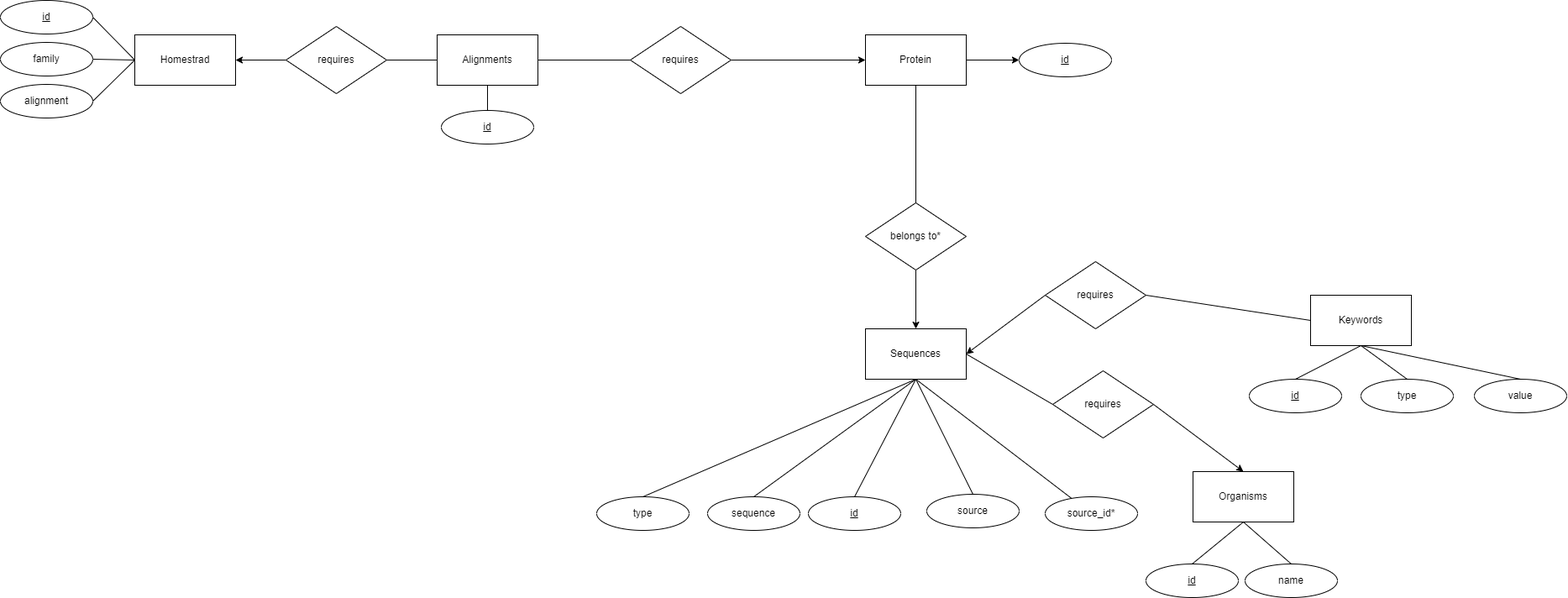
Above: schema.png in juliusstein77/propra_blockteil (draw.io), before the change. Source tidied: cells renumbered, new cells last; positions are measured from the earlier drawing's top-left corner, leaving out a move shared by most shapes.
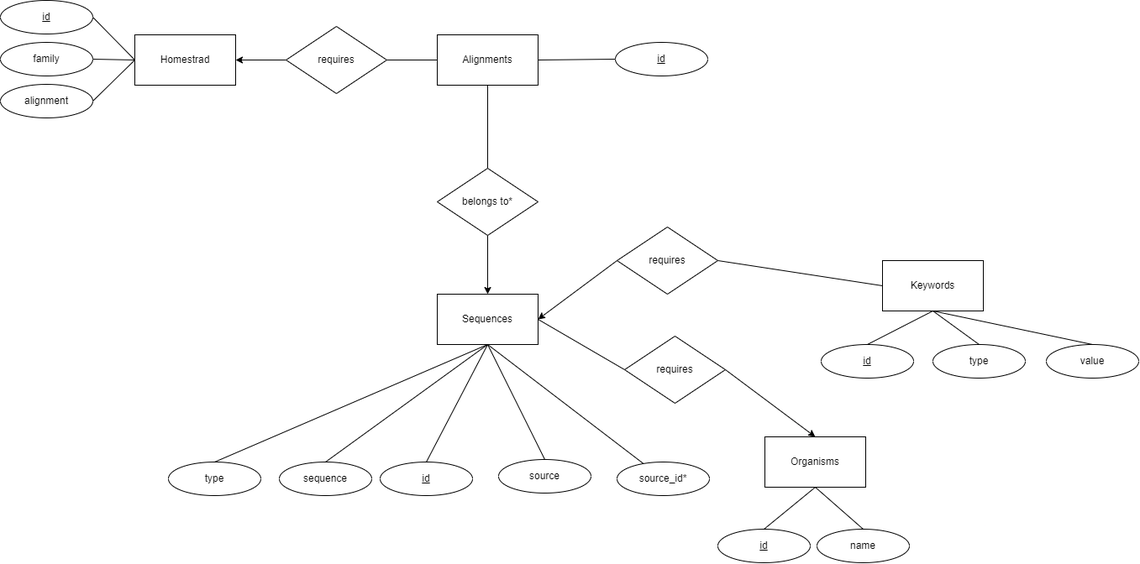
After the commit.

Diff of the diagram source:
```diff
@@ -8,14 +8,14 @@
     <mxCell id="3" style="rounded=0;jettySize=auto;html=1;exitX=0.5;exitY=1;exitDx=0;exitDy=0;entryX=0.5;entryY=0;entryDx=0;entryDy=0;endArrow=none;endFill=0;" parent="1" edge="1" source="5" target="7">
       <mxGeometry relative="1" as="geometry" />
     </mxCell>
-    <mxCell id="4" style="rounded=0;jettySize=auto;html=1;exitX=0.5;exitY=1;exitDx=0;exitDy=0;entryX=0.5;entryY=0;entryDx=0;entryDy=0;endArrow=none;endFill=0;strokeColor=default;" parent="1" edge="1" source="26" target="6">
+    <mxCell id="4" style="rounded=0;jettySize=auto;html=1;exitX=1;exitY=0.5;exitDx=0;exitDy=0;entryX=0;entryY=0.5;entryDx=0;entryDy=0;endArrow=none;endFill=0;strokeColor=default;" parent="1" edge="1" source="26" target="6">
       <mxGeometry relative="1" as="geometry" />
     </mxCell>
     <mxCell id="5" value="Organisms" style="rounded=0;whiteSpace=wrap;html=1;" parent="1" vertex="1">
       <mxGeometry x="1420" y="561" width="120" height="60" as="geometry" />
     </mxCell>
     <mxCell id="6" value="&lt;u&gt;id&lt;/u&gt;" style="ellipse;whiteSpace=wrap;html=1;" parent="1" vertex="1">
-      <mxGeometry x="525" y="131" width="110" height="40" as="geometry" />
+      <mxGeometry x="1242" y="91" width="110" height="40" as="geometry" />
     </mxCell>
     <mxCell id="7" value="name" style="ellipse;whiteSpace=wrap;html=1;" parent="1" vertex="1">
       <mxGeometry x="1482" y="671" width="110" height="40" as="geometry" />
@@ -57,35 +57,29 @@
       <mxGeometry relative="1" as="geometry" />
     </mxCell>
     <mxCell id="20" value="Homestrad" style="rounded=0;whiteSpace=wrap;html=1;" parent="1" vertex="1">
-      <mxGeometry x="160" y="41" width="120" height="60" as="geometry" />
+      <mxGeometry x="670" y="82" width="120" height="60" as="geometry" />
     </mxCell>
     <mxCell id="21" value="&lt;u&gt;id&lt;/u&gt;" style="ellipse;whiteSpace=wrap;html=1;" parent="1" vertex="1">
-      <mxGeometry width="110" height="40" as="geometry" />
+      <mxGeometry x="510" y="41" width="110" height="40" as="geometry" />
     </mxCell>
     <mxCell id="22" value="family" style="ellipse;whiteSpace=wrap;html=1;" parent="1" vertex="1">
-      <mxGeometry y="50" width="110" height="40" as="geometry" />
+      <mxGeometry x="510" y="91" width="110" height="40" as="geometry" />
     </mxCell>
     <mxCell id="23" value="alignment" style="ellipse;whiteSpace=wrap;html=1;" parent="1" vertex="1">
-      <mxGeometry y="100" width="110" height="40" as="geometry" />
+      <mxGeometry x="510" y="141" width="110" height="40" as="geometry" />
     </mxCell>
     <mxCell id="24" style="rounded=0;jettySize=auto;html=1;exitX=0;exitY=0.5;exitDx=0;exitDy=0;entryX=1;entryY=0.5;entryDx=0;entryDy=0;endArrow=none;endFill=0;startArrow=none;startFill=0;" parent="1" edge="1" source="26" target="27">
       <mxGeometry relative="1" as="geometry" />
     </mxCell>
-    <mxCell id="25" style="rounded=0;jettySize=auto;html=1;exitX=1;exitY=0.5;exitDx=0;exitDy=0;entryX=0;entryY=0.5;entryDx=0;entryDy=0;endArrow=none;endFill=0;" parent="1" edge="1" source="26" target="29">
+    <mxCell id="25" style="rounded=0;jettySize=auto;html=1;exitX=0.5;exitY=1;exitDx=0;exitDy=0;entryX=0.5;entryY=0;entryDx=0;entryDy=0;endArrow=none;endFill=0;" parent="1" edge="1" source="26" target="41">
       <mxGeometry relative="1" as="geometry" />
     </mxCell>
     <mxCell id="26" value="Alignments" style="rounded=0;whiteSpace=wrap;html=1;" parent="1" vertex="1">
-      <mxGeometry x="520" y="41" width="120" height="60" as="geometry" />
+      <mxGeometry x="1030" y="82" width="120" height="60" as="geometry" />
     </mxCell>
     <mxCell id="27" value="requires" style="rhombus;whiteSpace=wrap;html=1;" parent="1" vertex="1">
-      <mxGeometry x="340" y="31" width="120" height="80" as="geometry" />
+      <mxGeometry x="850" y="72" width="120" height="80" as="geometry" />
     </mxCell>
-    <mxCell id="28" style="edgeStyle=orthogonalEdgeStyle;rounded=0;jettySize=auto;html=1;exitX=1;exitY=0.5;exitDx=0;exitDy=0;entryX=0;entryY=0.5;entryDx=0;entryDy=0;" parent="1" edge="1" source="29" target="51">
-      <mxGeometry relative="1" as="geometry" />
-    </mxCell>
-    <mxCell id="29" value="requires" style="rhombus;whiteSpace=wrap;html=1;" parent="1" vertex="1">
-      <mxGeometry x="750" y="31" width="120" height="80" as="geometry" />
-    </mxCell>
     <mxCell id="30" style="rounded=0;jettySize=auto;html=1;exitX=0.5;exitY=1;exitDx=0;exitDy=0;entryX=0.5;entryY=0;entryDx=0;entryDy=0;endArrow=none;endFill=0;strokeColor=default;" parent="1" edge="1" source="5" target="31">
       <mxGeometry relative="1" as="geometry" />
     </mxCell>
@@ -143,17 +137,5 @@
     <mxCell id="48" value="source_id*" style="ellipse;whiteSpace=wrap;html=1;" parent="1" vertex="1">
       <mxGeometry x="1244" y="591" width="110" height="40" as="geometry" />
     </mxCell>
-    <mxCell id="49" style="edgeStyle=orthogonalEdgeStyle;rounded=0;jettySize=auto;html=1;exitX=0.5;exitY=1;exitDx=0;exitDy=0;endArrow=none;endFill=0;" parent="1" edge="1" source="51" target="41">
-      <mxGeometry relative="1" as="geometry" />
-    </mxCell>
-    <mxCell id="50" style="rounded=0;jettySize=auto;html=1;exitX=1;exitY=0.5;exitDx=0;exitDy=0;entryX=0;entryY=0.5;entryDx=0;entryDy=0;" parent="1" edge="1" source="51" target="52">
-      <mxGeometry relative="1" as="geometry" />
-    </mxCell>
-    <mxCell id="51" value="Protein" style="rounded=0;whiteSpace=wrap;html=1;" parent="1" vertex="1">
-      <mxGeometry x="1030" y="41" width="120" height="60" as="geometry" />
-    </mxCell>
-    <mxCell id="52" value="&lt;u&gt;id&lt;/u&gt;" style="ellipse;whiteSpace=wrap;html=1;" parent="1" vertex="1">
-      <mxGeometry x="1213" y="51" width="110" height="40" as="geometry" />
-    </mxCell>
   </root>
 </mxGraphModel>
```
